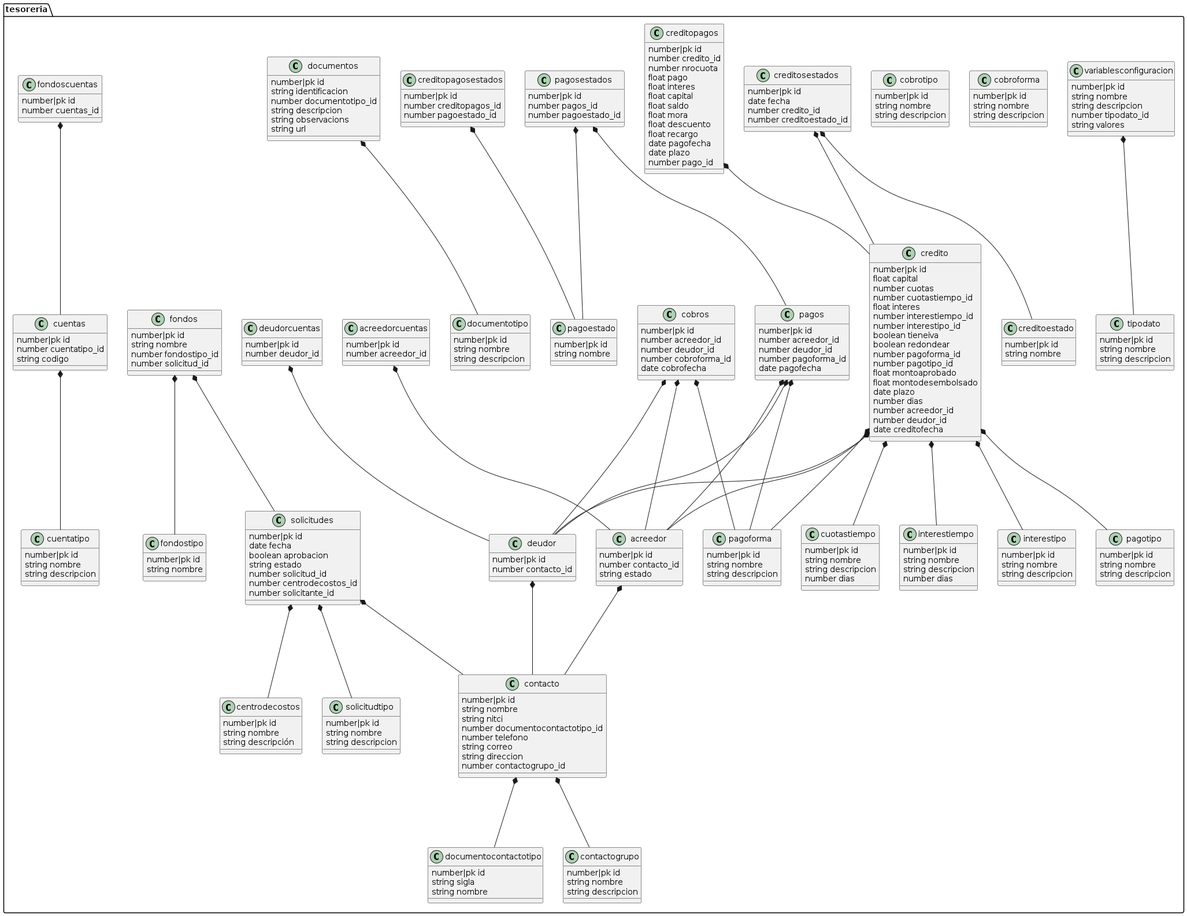
Above: public/diagrams/dbs.png in jptord/apimaster (PlantUML), before the change. Its diagram source:
```plantuml
@startuml
package tesoreria{
	class tipodato{
		number|pk id
		string nombre
		string descripcion
	}
	class variablesconfiguracion{
		number|pk id
		string nombre
		string descripcion
		number tipodato_id
		string valores
	}
	class cuotastiempo{
		number|pk id
		string nombre
		string descripcion
		number dias
	}
	class interestiempo{
		number|pk id
		string nombre
		string descripcion
		number dias
	}
	class interestipo{
		number|pk id
		string nombre
		string descripcion
	}
	class pagoforma{
		number|pk id
		string nombre
		string descripcion
	}
	class pagotipo{
		number|pk id
		string nombre
		string descripcion
	}
	class cobroforma{
		number|pk id
		string nombre
		string descripcion
	}
	class cobrotipo{
		number|pk id
		string nombre
		string descripcion
	}
	class acreedor{
		number|pk id
		number contacto_id
		string estado
	}
	class deudor{
		number|pk id
		number contacto_id
	}
	class documentocontactotipo{
		number|pk id
		string sigla
		string nombre
	}
	class contactogrupo{
		number|pk id
		string nombre
		string descripcion
	}
	class contacto{
		number|pk id
		string nombre
		string nitci
		number documentocontactotipo_id
		number telefono
		string correo
		string direccion
		number contactogrupo_id
	}
	class creditoestado{
		number|pk id
		string nombre
	}
	class credito{
		number|pk id
		float capital
		number cuotas
		number cuotastiempo_id
		float interes
		number interestiempo_id
		number interestipo_id
		boolean tieneiva
		boolean redondear
		number pagoforma_id
		number pagotipo_id
		float montoaprobado
		float montodesembolsado
		date plazo
		number dias
		number acreedor_id
		number deudor_id
		date creditofecha
	}
	class creditosestados{
		number|pk id
		date fecha
		number credito_id
		number creditoestado_id
	}
	class pagoestado{
		number|pk id
		string nombre
	}
	class pagosestados{
		number|pk id
		number pagos_id
		number pagoestado_id
	}
	class creditopagosestados{
		number|pk id
		number creditopagos_id
		number pagoestado_id
	}
	class creditopagos{
		number|pk id
		number credito_id
		number nrocuota
		float pago
		float interes
		float capital
		float saldo
		float mora
		float descuento
		float recargo
		date pagofecha
		date plazo
		number pago_id
	}
	class pagos{
		number|pk id
		number acreedor_id
		number deudor_id
		number pagoforma_id
		date pagofecha
	}
	class cobros{
		number|pk id
		number acreedor_id
		number deudor_id
		number cobroforma_id
		date cobrofecha
	}
	class documentotipo{
		number|pk id
		string nombre
		string descripcion
	}
	class documentos{
		number|pk id
		string identificacion
		number documentotipo_id
		string descripcion
		string observacions
		string url
	}
	class cuentatipo{
		number|pk id
		string nombre
		string descripcion
	}
	class cuentas{
		number|pk id
		number cuentatipo_id
		string codigo
	}
	class acreedorcuentas{
		number|pk id
		number acreedor_id
	}
	class deudorcuentas{
		number|pk id
		number deudor_id
	}
	class fondostipo{
		number|pk id
		string nombre
	}
	class fondos{
		number|pk id
		string nombre
		number fondostipo_id
		number solicitud_id
	}
	class fondoscuentas{
		number|pk id
		number cuentas_id
	}
	class solicitudtipo{
		number|pk id
		string nombre
		string descripcion
	}
	class solicitudes{
		number|pk id
		date fecha
		boolean aprobacion
		string estado
		number solicitud_id
		number centrodecostos_id
		number solicitante_id
	}
	class centrodecostos{
		number|pk id
		string nombre
		string descripción
	}
variablesconfiguracion *--- tipodato
acreedor *--- contacto
deudor *--- contacto
contacto *--- documentocontactotipo
contacto *--- contactogrupo
credito *--- cuotastiempo
credito *--- interestiempo
credito *--- interestipo
credito *--- pagoforma
credito *--- pagotipo
credito *--- acreedor
credito *--- deudor
creditosestados *--- credito
creditosestados *--- creditoestado
pagosestados *--- pagos
pagosestados *--- pagoestado
creditopagosestados *--- pagoestado
creditopagos *--- credito
pagos *--- acreedor
pagos *--- deudor
pagos *--- pagoforma
cobros *--- acreedor
cobros *--- deudor
cobros *--- pagoforma
documentos *--- documentotipo
cuentas *--- cuentatipo
acreedorcuentas *--- acreedor
deudorcuentas *--- deudor
fondos *--- fondostipo
fondos *--- solicitudes
fondoscuentas *--- cuentas
solicitudes *--- contacto
solicitudes *--- solicitudtipo
solicitudes *--- centrodecostos

}

@enduml
```
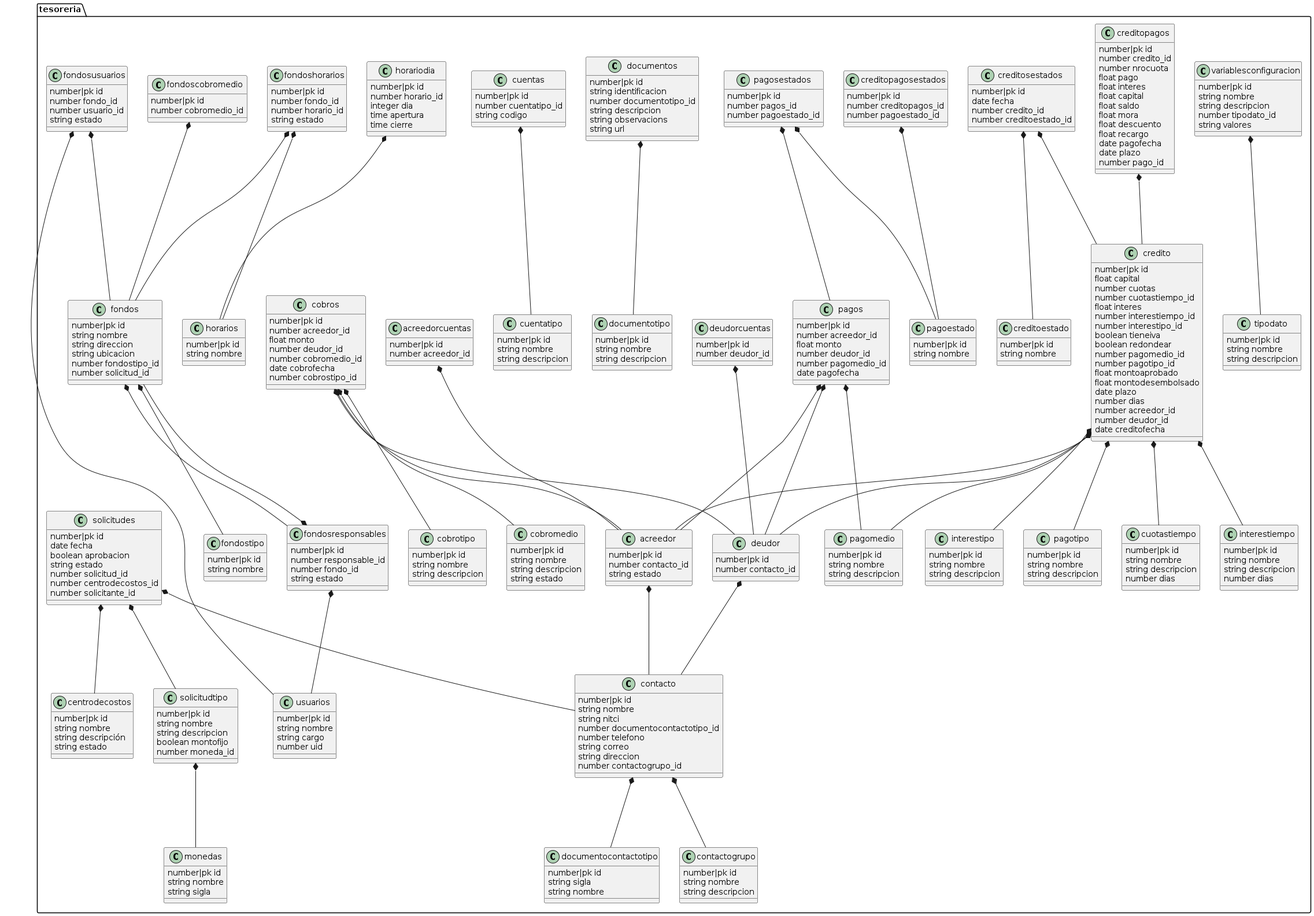
The same diagram one commit later.

The edit, as a diff of the source:
```diff
@@ -11,6 +11,11 @@
 		string descripcion
 		number tipodato_id
 		string valores
+	}
+	class monedas{
+		number|pk id
+		string nombre
+		string sigla
 	}
 	class cuotastiempo{
 		number|pk id
@@ -29,22 +34,12 @@
 		string nombre
 		string descripcion
 	}
-	class pagoforma{
+	class pagomedio{
 		number|pk id
 		string nombre
 		string descripcion
 	}
 	class pagotipo{
-		number|pk id
-		string nombre
-		string descripcion
-	}
-	class cobroforma{
-		number|pk id
-		string nombre
-		string descripcion
-	}
-	class cobrotipo{
 		number|pk id
 		string nombre
 		string descripcion
@@ -92,7 +87,7 @@
 		number interestipo_id
 		boolean tieneiva
 		boolean redondear
-		number pagoforma_id
+		number pagomedio_id
 		number pagotipo_id
 		float montoaprobado
 		float montodesembolsado
@@ -140,16 +135,30 @@
 	class pagos{
 		number|pk id
 		number acreedor_id
+		float monto
 		number deudor_id
-		number pagoforma_id
+		number pagomedio_id
 		date pagofecha
 	}
 	class cobros{
 		number|pk id
 		number acreedor_id
+		float monto
 		number deudor_id
-		number cobroforma_id
+		number cobromedio_id
 		date cobrofecha
+		number cobrostipo_id
+	}
+	class cobromedio{
+		number|pk id
+		string nombre
+		string descripcion
+		string estado
+	}
+	class cobrotipo{
+		number|pk id
+		string nombre
+		string descripcion
 	}
 	class documentotipo{
 		number|pk id
@@ -186,20 +195,59 @@
 		number|pk id
 		string nombre
 	}
+	class usuarios{
+		number|pk id
+		string nombre
+		string cargo
+		number uid
+	}
 	class fondos{
 		number|pk id
 		string nombre
+		string direccion
+		string ubicacion
 		number fondostipo_id
 		number solicitud_id
 	}
-	class fondoscuentas{
+	class fondosresponsables{
 		number|pk id
-		number cuentas_id
+		number responsable_id
+		number fondo_id
+		string estado
+	}
+	class fondoshorarios{
+		number|pk id
+		number fondo_id
+		number horario_id
+		string estado
+	}
+	class fondoscobromedio{
+		number|pk id
+		number cobromedio_id
+	}
+	class horarios{
+		number|pk id
+		string nombre
+	}
+	class horariodia{
+		number|pk id
+		number horario_id
+		integer dia
+		time apertura
+		time cierre
+	}
+	class fondosusuarios{
+		number|pk id
+		number fondo_id
+		number usuario_id
+		string estado
 	}
 	class solicitudtipo{
 		number|pk id
 		string nombre
 		string descripcion
+		boolean montofijo
+		number moneda_id
 	}
 	class solicitudes{
 		number|pk id
@@ -214,6 +262,7 @@
 		number|pk id
 		string nombre
 		string descripción
+		string estado
 	}
 variablesconfiguracion *--- tipodato
 acreedor *--- contacto
@@ -223,7 +272,7 @@
 credito *--- cuotastiempo
 credito *--- interestiempo
 credito *--- interestipo
-credito *--- pagoforma
+credito *--- pagomedio
 credito *--- pagotipo
 credito *--- acreedor
 credito *--- deudor
@@ -235,17 +284,26 @@
 creditopagos *--- credito
 pagos *--- acreedor
 pagos *--- deudor
-pagos *--- pagoforma
+pagos *--- pagomedio
 cobros *--- acreedor
 cobros *--- deudor
-cobros *--- pagoforma
+cobros *--- cobromedio
+cobros *--- cobrotipo
 documentos *--- documentotipo
 cuentas *--- cuentatipo
 acreedorcuentas *--- acreedor
 deudorcuentas *--- deudor
 fondos *--- fondostipo
-fondos *--- solicitudes
-fondoscuentas *--- cuentas
+fondos *--- fondosresponsables
+fondosresponsables *--- usuarios
+fondosresponsables *--- fondos
+fondoshorarios *--- fondos
+fondoshorarios *--- horarios
+fondoscobromedio *--- fondos
+horariodia *--- horarios
+fondosusuarios *--- fondos
+fondosusuarios *--- usuarios
+solicitudtipo *--- monedas
 solicitudes *--- contacto
 solicitudes *--- solicitudtipo
 solicitudes *--- centrodecostos
```
